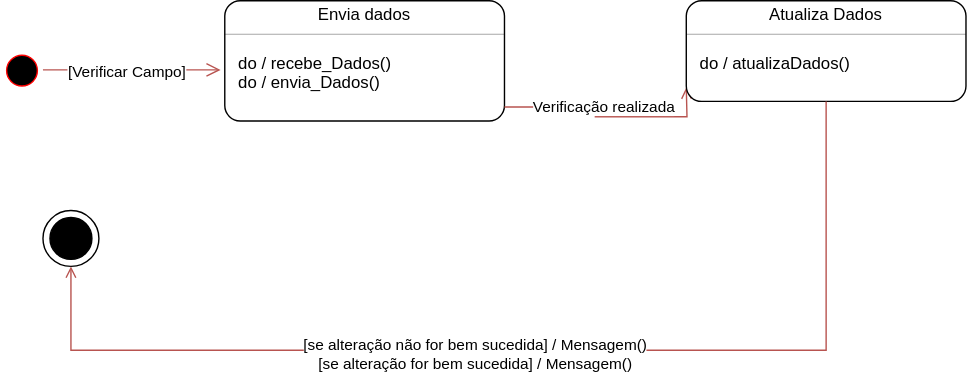
This is Estado_5.drawio.svg from JesCat16/Projeto01_Modelagem_De_Software, a draw.io export, as it was before one commit. Source tidied: cells renumbered, new cells last; positions are measured from the earlier drawing's top-left corner, leaving out a move shared by most shapes.
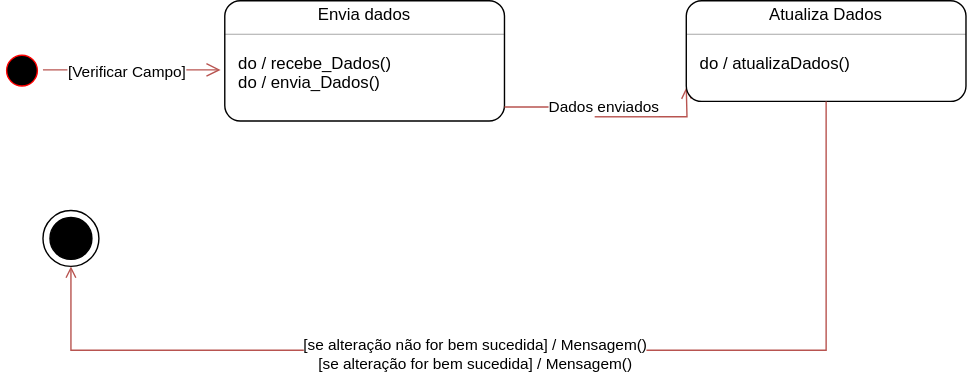
After the commit.

The edit, as a diff of the source:
```diff
@@ -35,7 +35,7 @@
         <mxPoint x="330" y="62" as="targetPoint" />
       </mxGeometry>
     </mxCell>
-    <mxCell id="11" value="Verificação realizada" style="edgeLabel;html=1;align=center;verticalAlign=middle;" parent="10" vertex="1">
+    <mxCell id="11" value="Dados enviados" style="edgeLabel;html=1;align=center;verticalAlign=middle;" parent="10" vertex="1">
       <mxGeometry x="-0.28" y="1" relative="1" as="geometry">
         <mxPoint x="13" as="offset" />
       </mxGeometry>
```
